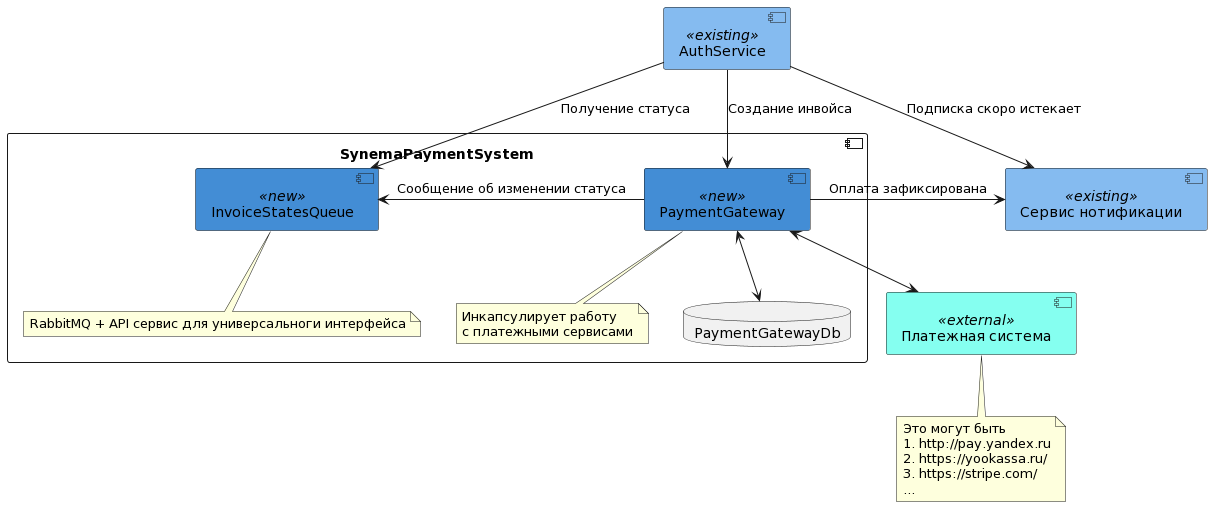
YauheniKr/graduate_work keeps this PlantUML diagram as docs/C4_lvl2.png. Above is the earlier version.
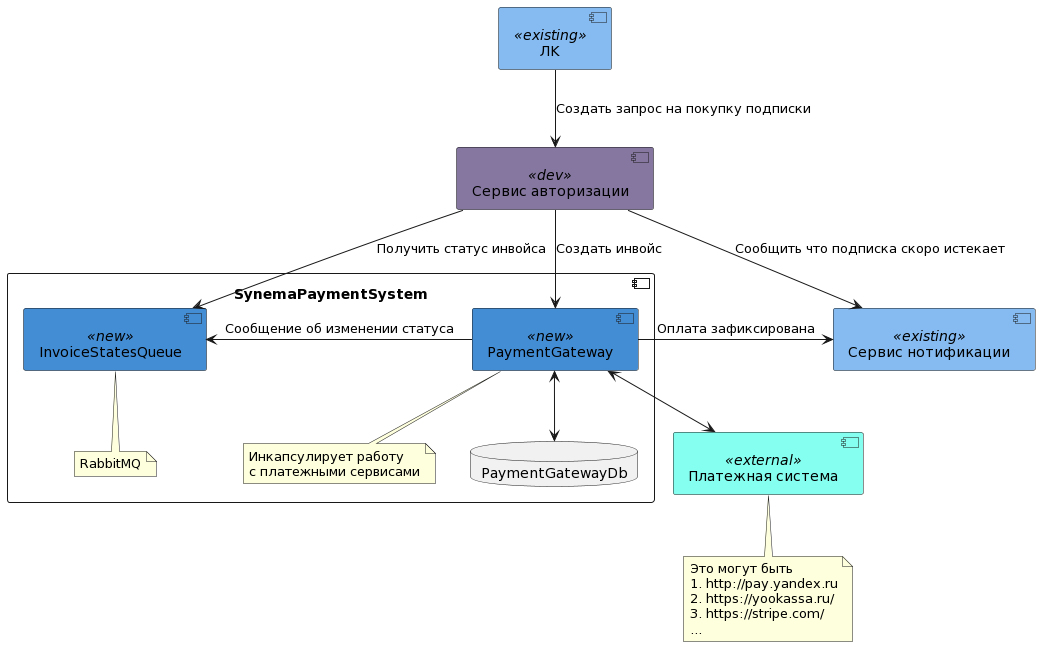
Later version of the same file.

The edit, as a diff of the source:
```diff
@@ -1,11 +1,14 @@
 @startuml
 skinparam component {
     backgroundColor<<new>> #438dd5
+    backgroundColor<<dev>> #8577a0
     backgroundColor<<existing>> #85bbf0
     backgroundColor<<external>> #85fff0
 }
 
-component "Сервис авторизации" as AuthService
+component "ЛK" as CinemaPaymentServiceClient <<existing>>
+
+component "Сервис авторизации" as AuthService <<dev>>
 
 component SynemaPaymentSystem {
     component PaymentGateway <<new>>
@@ -15,11 +18,11 @@
     end note
 
     database PaymentGatewayDb
-    PaymentGateway <--> PaymentGatewayDb
+    PaymentGateway <-down-> PaymentGatewayDb
 
     component InvoiceStatesQueue <<new>>
     note bottom of InvoiceStatesQueue
-        RabbitMQ + API сервиc для универсальноги интерфейса
+        RabbitMQ
     end note
 }
 
@@ -32,16 +35,17 @@
     ...
 end note
 
-component AuthService <<existing>>
 
 component "Сервис нотификации" as NotificationService <<existing>>
+
+CinemaPaymentServiceClient --> AuthService: Создать запрос на покупку подписки
 
 PaymentGateway <--> PaymentSystem
 PaymentGateway -right-> NotificationService: Оплата зафиксирована
 
 PaymentGateway -left-> InvoiceStatesQueue: Сообщение об изменении статуса
 
-AuthService -down-> PaymentGateway: Создание инвойса
-AuthService -left-> InvoiceStatesQueue: Получение статуса
-AuthService --> NotificationService: Подписка скоро истекает
+AuthService -down-> PaymentGateway: Создать инвойс
+AuthService -left-> InvoiceStatesQueue: Получить статус инвойса
+AuthService --> NotificationService: Сообщить что подписка скоро истекает
 @enduml
```
